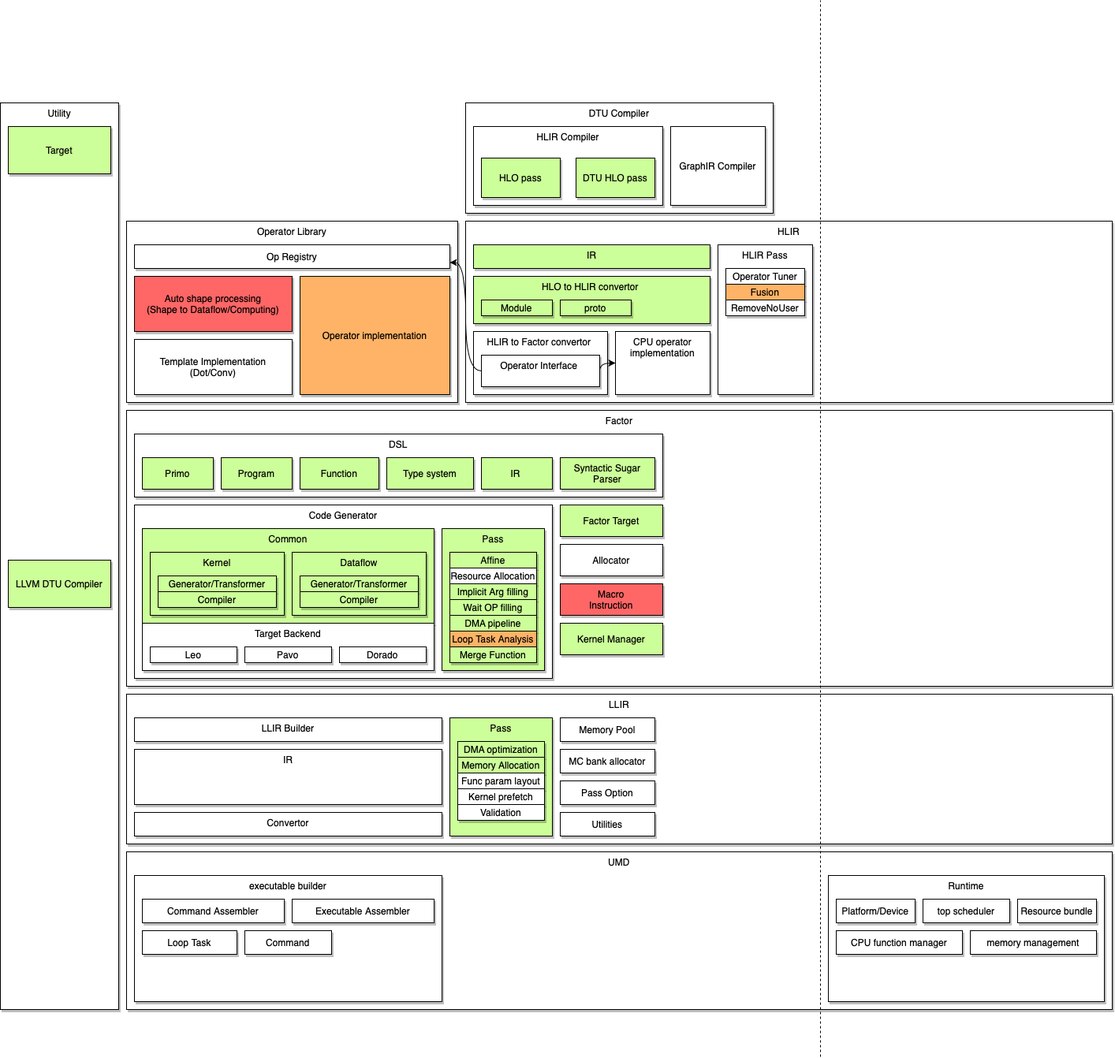
Before: 组件及关系图.png, a diagram exported from draw.io (dingsg/drawio). Source tidied: cells renumbered, new cells last; positions are measured from the earlier drawing's top-left corner, leaving out a move shared by most shapes.
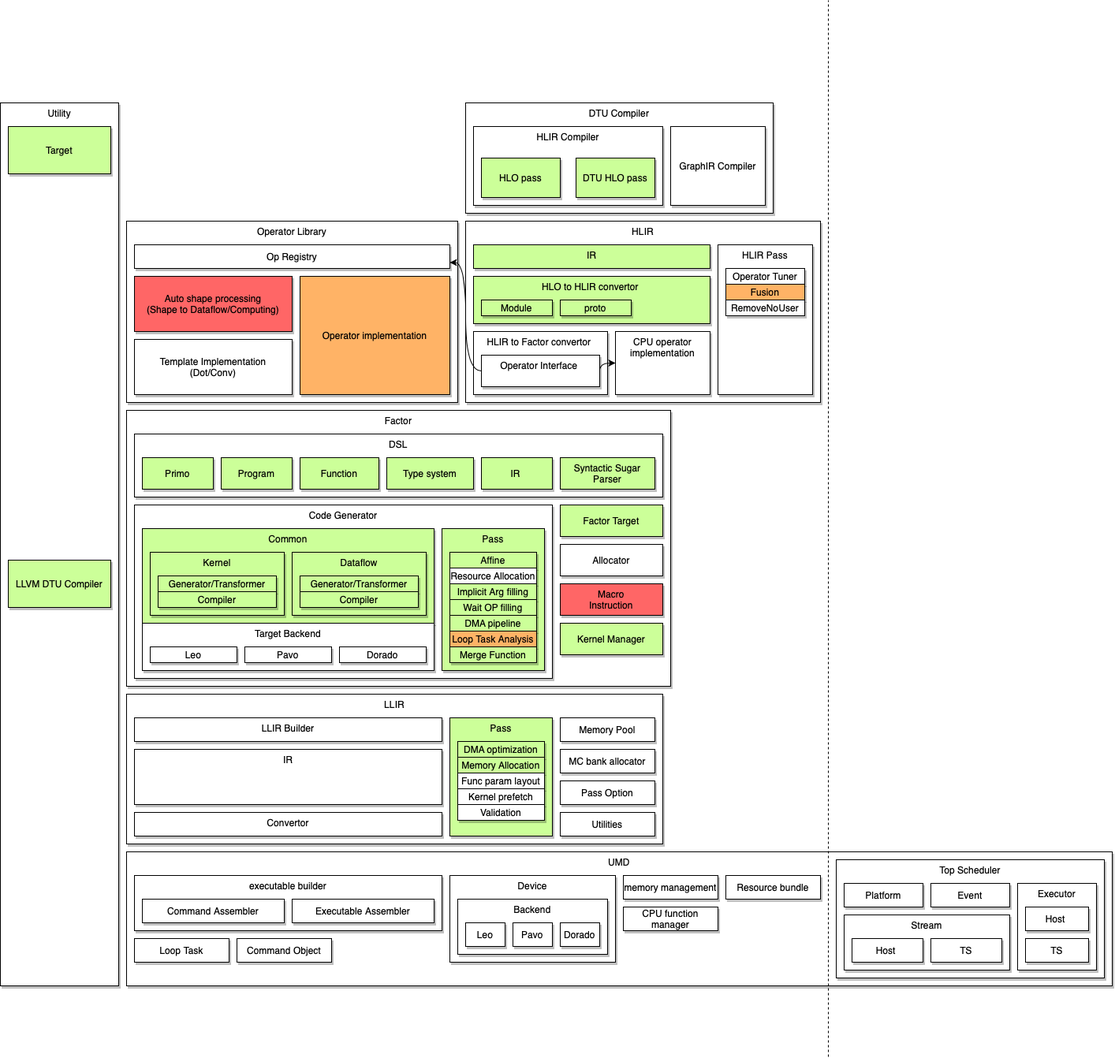
Later version of the same file.

Commit message:
Added 组件及关系图.png

The edit, as a diff of the source:
```diff
@@ -6,7 +6,7 @@
       <mxGeometry x="160" y="280" width="420" height="230" as="geometry" />
     </mxCell>
     <mxCell id="3" value="Factor" style="rounded=0;whiteSpace=wrap;html=1;align=center;verticalAlign=top;shadow=1;" parent="1" vertex="1">
-      <mxGeometry x="160" y="520" width="1250" height="350" as="geometry" />
+      <mxGeometry x="160" y="520" width="690" height="350" as="geometry" />
     </mxCell>
     <mxCell id="4" value="Code Generator" style="rounded=0;whiteSpace=wrap;html=1;align=center;verticalAlign=top;shadow=1;" parent="1" vertex="1">
       <mxGeometry x="170" y="640" width="530" height="220" as="geometry" />
@@ -15,7 +15,7 @@
       <mxGeometry x="180" y="670" width="370" height="120" as="geometry" />
     </mxCell>
     <mxCell id="6" value="HLIR" style="rounded=0;whiteSpace=wrap;html=1;align=center;verticalAlign=top;shadow=1;" parent="1" vertex="1">
-      <mxGeometry x="590" y="280" width="820" height="230" as="geometry" />
+      <mxGeometry x="590" y="280" width="450" height="230" as="geometry" />
     </mxCell>
     <mxCell id="7" value="DTU Compiler&lt;br&gt;" style="rounded=0;whiteSpace=wrap;html=1;align=center;verticalAlign=top;shadow=1;" parent="1" vertex="1">
       <mxGeometry x="590" y="130" width="390" height="140" as="geometry" />
@@ -91,7 +91,7 @@
       <mxGeometry x="710" y="640" width="130" height="40" as="geometry" />
     </mxCell>
     <mxCell id="30" value="Utility" style="rounded=0;whiteSpace=wrap;html=1;align=center;verticalAlign=top;shadow=1;" parent="1" vertex="1">
-      <mxGeometry y="130" width="150" height="1150" as="geometry" />
+      <mxGeometry y="130" width="150" height="1120" as="geometry" />
     </mxCell>
     <mxCell id="31" value="Target" style="rounded=0;whiteSpace=wrap;html=1;align=center;shadow=1;fillColor=#CCFF99;" parent="1" vertex="1">
       <mxGeometry x="10" y="160" width="130" height="60" as="geometry" />
@@ -178,7 +178,7 @@
       <mxGeometry x="570" y="820" width="110" height="20" as="geometry" />
     </mxCell>
     <mxCell id="59" value="LLIR" style="rounded=0;whiteSpace=wrap;html=1;align=center;verticalAlign=top;shadow=1;" parent="1" vertex="1">
-      <mxGeometry x="160" y="880" width="1250" height="190" as="geometry" />
+      <mxGeometry x="160" y="880" width="680" height="190" as="geometry" />
     </mxCell>
     <mxCell id="60" value="LLIR Builder" style="rounded=0;whiteSpace=wrap;html=1;align=center;verticalAlign=top;shadow=1;" parent="1" vertex="1">
       <mxGeometry x="170" y="910" width="390" height="30" as="geometry" />
@@ -220,46 +220,37 @@
       <mxGeometry x="710" y="1030" width="120" height="30" as="geometry" />
     </mxCell>
     <mxCell id="73" value="UMD" style="rounded=0;whiteSpace=wrap;html=1;align=center;verticalAlign=top;shadow=1;" parent="1" vertex="1">
-      <mxGeometry x="160" y="1080" width="1250" height="200" as="geometry" />
+      <mxGeometry x="160" y="1080" width="1250" height="170" as="geometry" />
     </mxCell>
     <mxCell id="74" style="endArrow=none;dashed=1;html=1;" parent="1" edge="1">
       <mxGeometry relative="1" as="geometry">
-        <mxPoint x="1040" y="1340" as="sourcePoint" />
-        <mxPoint x="1040" as="targetPoint" />
+        <mxPoint x="1050" y="1340" as="sourcePoint" />
+        <mxPoint x="1050" as="targetPoint" />
       </mxGeometry>
     </mxCell>
     <mxCell id="75" value="executable builder" style="rounded=0;whiteSpace=wrap;html=1;shadow=1;fillColor=#FFFFFF;align=center;verticalAlign=top;" parent="1" vertex="1">
-      <mxGeometry x="170" y="1110" width="390" height="160" as="geometry" />
+      <mxGeometry x="170" y="1110" width="390" height="70" as="geometry" />
     </mxCell>
-    <mxCell id="76" value="Runtime" style="rounded=0;whiteSpace=wrap;html=1;shadow=1;fillColor=#FFFFFF;align=center;verticalAlign=top;" parent="1" vertex="1">
-      <mxGeometry x="1050" y="1110" width="350" height="160" as="geometry" />
+    <mxCell id="76" value="Top Scheduler" style="rounded=0;whiteSpace=wrap;html=1;shadow=1;fillColor=#FFFFFF;align=center;verticalAlign=top;" parent="1" vertex="1">
+      <mxGeometry x="1060" y="1090" width="340" height="150" as="geometry" />
     </mxCell>
-    <mxCell id="77" value="Platform/Device" style="rounded=0;whiteSpace=wrap;html=1;shadow=1;fillColor=#FFFFFF;align=center;" parent="1" vertex="1">
-      <mxGeometry x="1060" y="1140" width="100" height="30" as="geometry" />
-    </mxCell>
     <mxCell id="78" value="Command Assembler" style="rounded=0;whiteSpace=wrap;html=1;shadow=1;fillColor=#FFFFFF;align=center;" parent="1" vertex="1">
       <mxGeometry x="180" y="1140" width="180" height="30" as="geometry" />
     </mxCell>
     <mxCell id="79" value="Loop Task" style="rounded=0;whiteSpace=wrap;html=1;shadow=1;fillColor=#FFFFFF;align=center;" parent="1" vertex="1">
-      <mxGeometry x="180" y="1180" width="120" height="30" as="geometry" />
+      <mxGeometry x="170" y="1190" width="120" height="30" as="geometry" />
     </mxCell>
-    <mxCell id="80" value="Command" style="rounded=0;whiteSpace=wrap;html=1;shadow=1;fillColor=#FFFFFF;align=center;" parent="1" vertex="1">
-      <mxGeometry x="310" y="1180" width="110" height="30" as="geometry" />
-    </mxCell>
     <mxCell id="81" value="Executable Assembler" style="rounded=0;whiteSpace=wrap;html=1;shadow=1;fillColor=#FFFFFF;align=center;" parent="1" vertex="1">
       <mxGeometry x="370" y="1140" width="180" height="30" as="geometry" />
     </mxCell>
-    <mxCell id="82" value="top scheduler" style="rounded=0;whiteSpace=wrap;html=1;shadow=1;fillColor=#FFFFFF;align=center;" parent="1" vertex="1">
-      <mxGeometry x="1170" y="1140" width="110" height="30" as="geometry" />
-    </mxCell>
     <mxCell id="83" value="Resource bundle" style="rounded=0;whiteSpace=wrap;html=1;shadow=1;fillColor=#FFFFFF;align=center;" parent="1" vertex="1">
-      <mxGeometry x="1290" y="1140" width="100" height="30" as="geometry" />
+      <mxGeometry x="920" y="1110" width="120" height="30" as="geometry" />
     </mxCell>
     <mxCell id="84" value="memory management" style="rounded=0;whiteSpace=wrap;html=1;shadow=1;fillColor=#FFFFFF;align=center;" parent="1" vertex="1">
-      <mxGeometry x="1230" y="1180" width="160" height="30" as="geometry" />
+      <mxGeometry x="790" y="1110" width="120" height="30" as="geometry" />
     </mxCell>
     <mxCell id="85" value="CPU function manager" style="rounded=0;whiteSpace=wrap;html=1;shadow=1;fillColor=#FFFFFF;align=center;" parent="1" vertex="1">
-      <mxGeometry x="1060" y="1180" width="160" height="30" as="geometry" />
+      <mxGeometry x="790" y="1150" width="120" height="30" as="geometry" />
     </mxCell>
     <mxCell id="86" value="LLVM DTU Compiler" style="rounded=0;whiteSpace=wrap;html=1;align=center;shadow=1;fillColor=#CCFF99;" parent="1" vertex="1">
       <mxGeometry x="10" y="710" width="130" height="60" as="geometry" />
@@ -267,5 +258,47 @@
     <mxCell id="87" value="Kernel Manager" style="rounded=0;whiteSpace=wrap;html=1;align=center;shadow=1;fillColor=#CCFF99;" parent="1" vertex="1">
       <mxGeometry x="710" y="790" width="130" height="40" as="geometry" />
     </mxCell>
+    <mxCell id="88" value="Command Object" style="rounded=0;whiteSpace=wrap;html=1;shadow=1;fillColor=#FFFFFF;align=center;" parent="1" vertex="1">
+      <mxGeometry x="300" y="1190" width="120" height="30" as="geometry" />
+    </mxCell>
+    <mxCell id="89" value="Device" style="rounded=0;whiteSpace=wrap;html=1;verticalAlign=top;shadow=1;" parent="1" vertex="1">
+      <mxGeometry x="570" y="1110" width="210" height="110" as="geometry" />
+    </mxCell>
+    <mxCell id="90" value="Backend" style="rounded=0;whiteSpace=wrap;html=1;shadow=1;fillColor=#FFFFFF;align=center;verticalAlign=top;" parent="1" vertex="1">
+      <mxGeometry x="580" y="1140" width="190" height="70" as="geometry" />
+    </mxCell>
+    <mxCell id="91" value="Leo" style="rounded=0;whiteSpace=wrap;html=1;shadow=1;fillColor=#FFFFFF;align=center;" parent="1" vertex="1">
+      <mxGeometry x="590" y="1170" width="50" height="30" as="geometry" />
+    </mxCell>
+    <mxCell id="92" value="Pavo" style="rounded=0;whiteSpace=wrap;html=1;shadow=1;fillColor=#FFFFFF;align=center;" parent="1" vertex="1">
+      <mxGeometry x="650" y="1170" width="50" height="30" as="geometry" />
+    </mxCell>
+    <mxCell id="93" value="Dorado" style="rounded=0;whiteSpace=wrap;html=1;shadow=1;fillColor=#FFFFFF;align=center;" parent="1" vertex="1">
+      <mxGeometry x="710" y="1170" width="50" height="30" as="geometry" />
+    </mxCell>
+    <mxCell id="77" value="Platform" style="rounded=0;whiteSpace=wrap;html=1;shadow=1;fillColor=#FFFFFF;align=center;" parent="1" vertex="1">
+      <mxGeometry x="1070" y="1120" width="100" height="30" as="geometry" />
+    </mxCell>
+    <mxCell id="94" value="Event" style="rounded=0;whiteSpace=wrap;html=1;shadow=1;fillColor=#FFFFFF;align=center;" parent="1" vertex="1">
+      <mxGeometry x="1180" y="1120" width="100" height="30" as="geometry" />
+    </mxCell>
+    <mxCell id="95" value="Executor" style="rounded=0;whiteSpace=wrap;html=1;shadow=1;fillColor=#FFFFFF;align=center;verticalAlign=top;" parent="1" vertex="1">
+      <mxGeometry x="1290" y="1120" width="100" height="110" as="geometry" />
+    </mxCell>
+    <mxCell id="96" value="Stream" style="rounded=0;whiteSpace=wrap;html=1;shadow=1;fillColor=#FFFFFF;align=center;verticalAlign=top;" parent="1" vertex="1">
+      <mxGeometry x="1070" y="1160" width="210" height="70" as="geometry" />
+    </mxCell>
+    <mxCell id="97" value="Host&amp;nbsp;" style="rounded=0;whiteSpace=wrap;html=1;shadow=1;fillColor=#FFFFFF;align=center;" parent="1" vertex="1">
+      <mxGeometry x="1080" y="1190" width="90" height="30" as="geometry" />
+    </mxCell>
+    <mxCell id="98" value="TS" style="rounded=0;whiteSpace=wrap;html=1;shadow=1;fillColor=#FFFFFF;align=center;" parent="1" vertex="1">
+      <mxGeometry x="1180" y="1190" width="90" height="30" as="geometry" />
+    </mxCell>
+    <mxCell id="99" value="Host&amp;nbsp;" style="rounded=0;whiteSpace=wrap;html=1;shadow=1;fillColor=#FFFFFF;align=center;" parent="1" vertex="1">
+      <mxGeometry x="1300" y="1150" width="80" height="30" as="geometry" />
+    </mxCell>
+    <mxCell id="100" value="TS" style="rounded=0;whiteSpace=wrap;html=1;shadow=1;fillColor=#FFFFFF;align=center;" parent="1" vertex="1">
+      <mxGeometry x="1300" y="1190" width="80" height="30" as="geometry" />
+    </mxCell>
   </root>
 </mxGraphModel>
```
